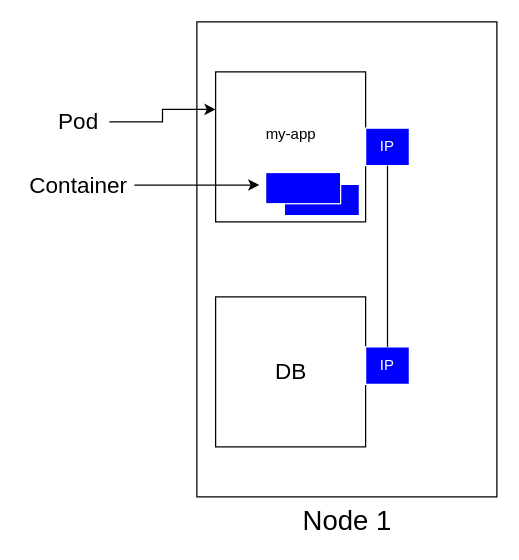
This is page "Pod" (1 of 12) of Kubernetes.drawio from BachlChrisi/kubernetes-presentation, a draw.io file, before an edit. Source tidied: cells renumbered, new cells numbered last; positions are measured from the earlier drawing's top-left corner, leaving out a move shared by most shapes. Both pictures are drawn from the tidied source at 125%, with x=0, y=0 at pixel (21, 21).
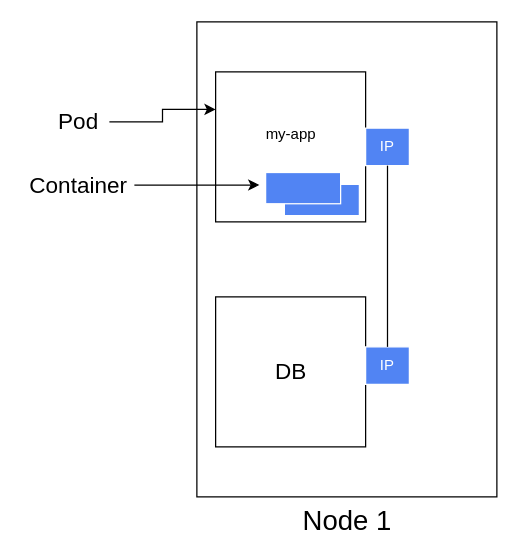
After the change.

The edit, as a diff of the source:
```diff
@@
 <mxGraphModel>
   <root>
     <mxCell id="0" />
     <mxCell id="1" parent="0" />
     <mxCell id="2" style="rounded=0;whiteSpace=wrap;html=1;" parent="1" vertex="1">
       <mxGeometry x="140" width="240" height="380" as="geometry" />
     </mxCell>
     <mxCell id="3" value="&lt;font style=&quot;font-size: 22px&quot;&gt;Node 1&lt;/font&gt;" style="text;html=1;align=center;verticalAlign=middle;" parent="1" vertex="1">
       <mxGeometry x="215" y="390" width="90" height="20" as="geometry" />
     </mxCell>
     <mxCell id="4" style="rounded=0;whiteSpace=wrap;html=1;" parent="1" vertex="1">
       <mxGeometry x="155" y="220" width="120" height="120" as="geometry" />
     </mxCell>
     <mxCell id="5" style="rounded=0;whiteSpace=wrap;html=1;" parent="1" vertex="1">
       <mxGeometry x="155" y="40" width="120" height="120" as="geometry" />
     </mxCell>
     <mxCell id="6" style="edgeStyle=orthogonalEdgeStyle;rounded=0;jettySize=auto;html=1;entryX=0;entryY=0.25;entryDx=0;entryDy=0;" parent="1" edge="1" source="7" target="5">
       <mxGeometry relative="1" as="geometry" />
     </mxCell>
     <mxCell id="7" value="&lt;font style=&quot;font-size: 18px&quot;&gt;Pod&lt;/font&gt;" style="text;html=1;align=center;verticalAlign=middle;points=[];" parent="1" vertex="1">
       <mxGeometry x="20" y="70" width="50" height="20" as="geometry" />
     </mxCell>
     <mxCell id="8" value="my-app" style="text;html=1;align=center;verticalAlign=middle;" parent="1" vertex="1">
       <mxGeometry x="185" y="80" width="60" height="20" as="geometry" />
     </mxCell>
     <mxCell id="9" style="edgeStyle=orthogonalEdgeStyle;rounded=0;jettySize=auto;html=1;" parent="1" edge="1" source="10">
       <mxGeometry relative="1" as="geometry">
         <mxPoint x="190" y="130.5" as="targetPoint" />
       </mxGeometry>
     </mxCell>
     <mxCell id="10" value="&lt;font style=&quot;font-size: 18px&quot;&gt;Container&lt;/font&gt;" style="text;html=1;align=center;verticalAlign=middle;points=[];" parent="1" vertex="1">
       <mxGeometry y="120.5" width="90" height="20" as="geometry" />
     </mxCell>
     <mxCell id="11" value="&lt;font style=&quot;font-size: 18px&quot;&gt;DB&lt;/font&gt;" style="text;html=1;align=center;verticalAlign=middle;" parent="1" vertex="1">
       <mxGeometry x="195" y="270" width="40" height="20" as="geometry" />
     </mxCell>
-    <mxCell id="12" value="&lt;font color=&quot;#ffffff&quot;&gt;IP&lt;/font&gt;" style="rounded=0;whiteSpace=wrap;html=1;fillColor=#0000FF;strokeColor=#FFFFFF;" parent="1" vertex="1">
+    <mxCell id="12" value="&lt;font color=&quot;#ffffff&quot;&gt;IP&lt;/font&gt;" style="rounded=0;whiteSpace=wrap;html=1;strokeColor=#FFFFFF;fillColor=#5184F3;" parent="1" vertex="1">
       <mxGeometry x="275" y="260" width="35" height="30" as="geometry" />
     </mxCell>
-    <mxCell id="13" value="&lt;font color=&quot;#ffffff&quot;&gt;IP&lt;/font&gt;" style="rounded=0;whiteSpace=wrap;html=1;fillColor=#0000FF;strokeColor=#FFFFFF;" parent="1" vertex="1">
+    <mxCell id="13" value="&lt;font color=&quot;#ffffff&quot;&gt;IP&lt;/font&gt;" style="rounded=0;whiteSpace=wrap;html=1;strokeColor=#FFFFFF;fillColor=#5184F3;" parent="1" vertex="1">
       <mxGeometry x="275" y="85" width="35" height="30" as="geometry" />
     </mxCell>
     <mxCell id="14" style="endArrow=none;html=1;entryX=0.5;entryY=1;entryDx=0;entryDy=0;exitX=0.5;exitY=0;exitDx=0;exitDy=0;" parent="1" edge="1" source="12" target="13">
       <mxGeometry relative="1" as="geometry" />
     </mxCell>
-    <mxCell id="15" style="rounded=0;whiteSpace=wrap;html=1;strokeColor=#FFFFFF;fillColor=#0000FF;" parent="1" vertex="1">
+    <mxCell id="15" style="rounded=0;whiteSpace=wrap;html=1;strokeColor=#FFFFFF;fillColor=#5184F3;" parent="1" vertex="1">
       <mxGeometry x="210" y="130" width="60" height="25" as="geometry" />
     </mxCell>
-    <mxCell id="16" style="rounded=0;whiteSpace=wrap;html=1;strokeColor=#FFFFFF;fillColor=#0000FF;" parent="1" vertex="1">
+    <mxCell id="16" style="rounded=0;whiteSpace=wrap;html=1;strokeColor=#FFFFFF;fillColor=#5184F3;" parent="1" vertex="1">
       <mxGeometry x="195" y="120.5" width="60" height="25" as="geometry" />
     </mxCell>
   </root>
 </mxGraphModel>
```
